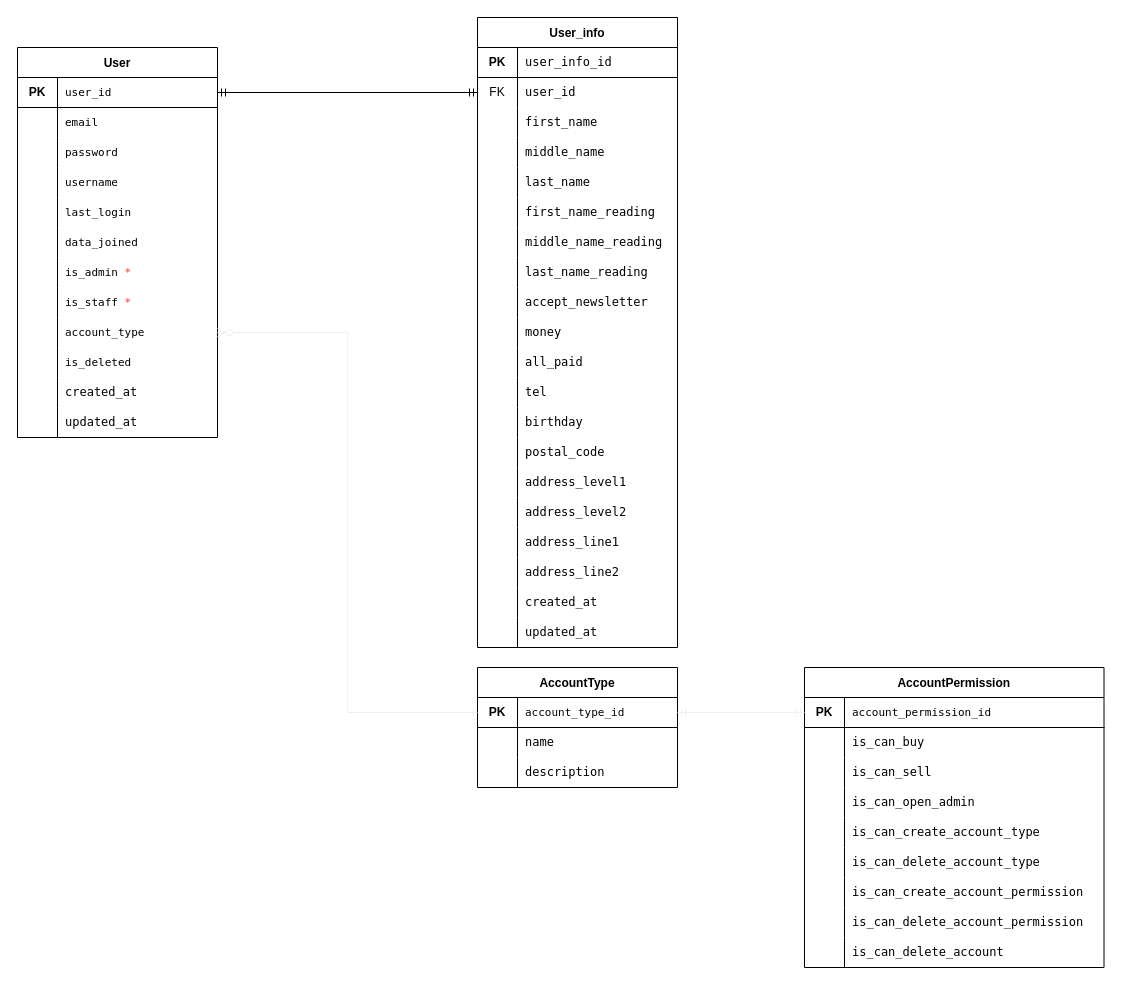
Before: Doc/api/Doc/account/account.drawio in WebAppClub/ClubProject, a draw.io diagram. Source tidied: cells renumbered, new cells numbered last; positions are measured from the earlier drawing's top-left corner, leaving out a move shared by most shapes. Both pictures are drawn from the tidied source at 100%, with x=0, y=0 at pixel (17, 17).
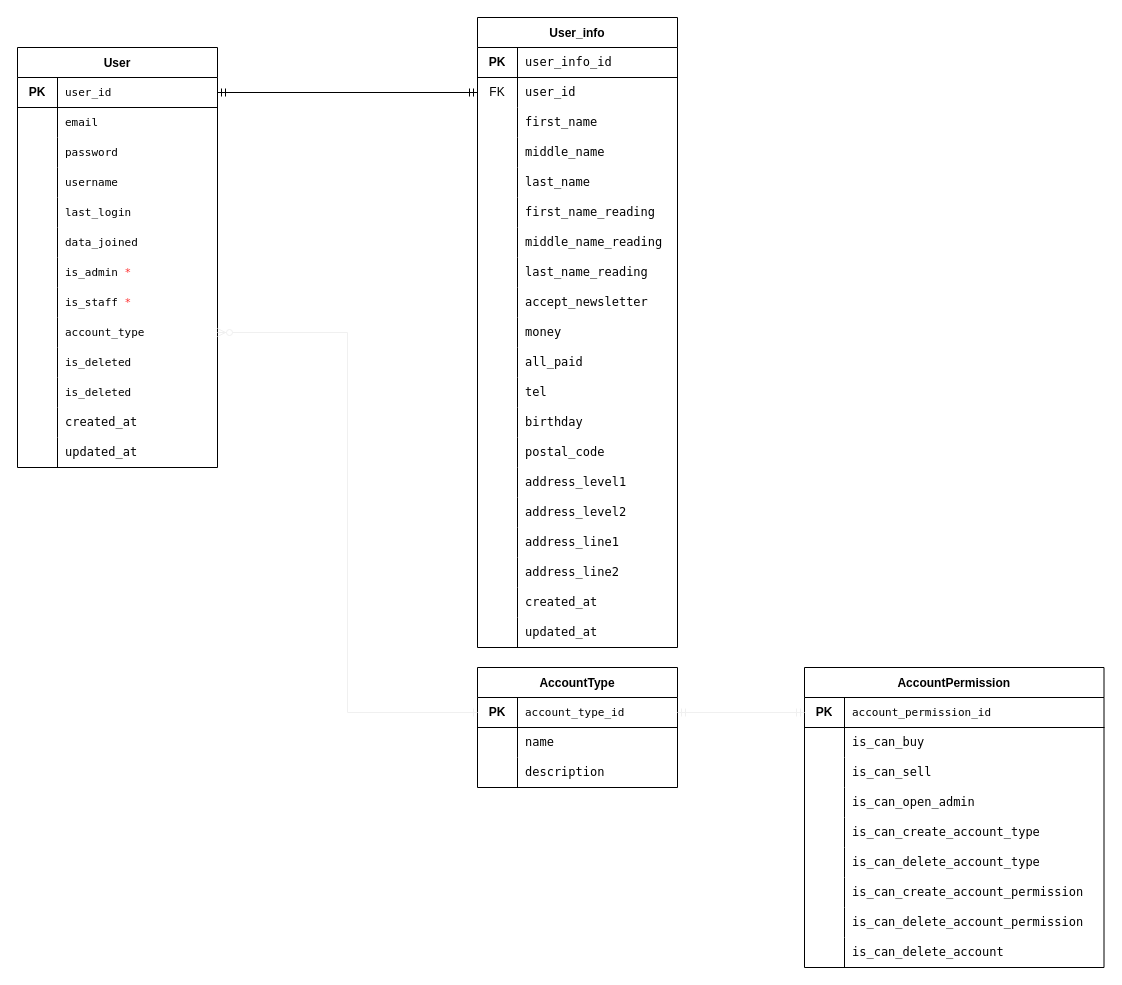
The same diagram, later.

The edit, as a diff of the source:
```diff
@@
     <mxCell id="2" value="User" style="shape=table;startSize=30;childLayout=tableLayout;rowLines=0;fontStyle=1;align=center;" parent="1" vertex="1">
-      <mxGeometry y="30" width="200" height="390" as="geometry" />
+      <mxGeometry y="30" width="200" height="420" as="geometry" />
     </mxCell>
@@
+    <mxCell id="141" style="shape=partialRectangle;html=1;whiteSpace=wrap;fillColor=none;top=0;left=0;bottom=0;right=0;" parent="2" vertex="1">
+      <mxGeometry y="330" width="200" height="30" as="geometry" />
+    </mxCell>
+    <mxCell id="142" style="shape=partialRectangle;html=1;whiteSpace=wrap;fillColor=none;top=0;left=0;bottom=0;right=0;overflow=hidden;" parent="141" vertex="1">
+      <mxGeometry width="40" height="30" as="geometry" />
+    </mxCell>
+    <mxCell id="143" value="&lt;font face=&quot;menlo, monaco, courier new, monospace&quot;&gt;&lt;span style=&quot;font-size: 11px&quot;&gt;is_deleted&lt;/span&gt;&lt;/font&gt;" style="shape=partialRectangle;html=1;whiteSpace=wrap;fillColor=none;top=0;left=0;bottom=0;right=0;align=left;spacingLeft=6;overflow=hidden;strokeColor=none;" parent="141" vertex="1">
+      <mxGeometry x="40" width="160" height="30" as="geometry" />
+    </mxCell>
     <mxCell id="33" style="shape=partialRectangle;html=1;whiteSpace=wrap;fillColor=none;top=0;left=0;bottom=0;right=0;" parent="2" vertex="1">
-      <mxGeometry y="330" width="200" height="30" as="geometry" />
+      <mxGeometry y="360" width="200" height="30" as="geometry" />
     </mxCell>
@@
     <mxCell id="36" style="shape=partialRectangle;html=1;whiteSpace=wrap;fillColor=none;top=0;left=0;bottom=0;right=0;" parent="2" vertex="1">
-      <mxGeometry y="360" width="200" height="30" as="geometry" />
+      <mxGeometry y="390" width="200" height="30" as="geometry" />
     </mxCell>
```
